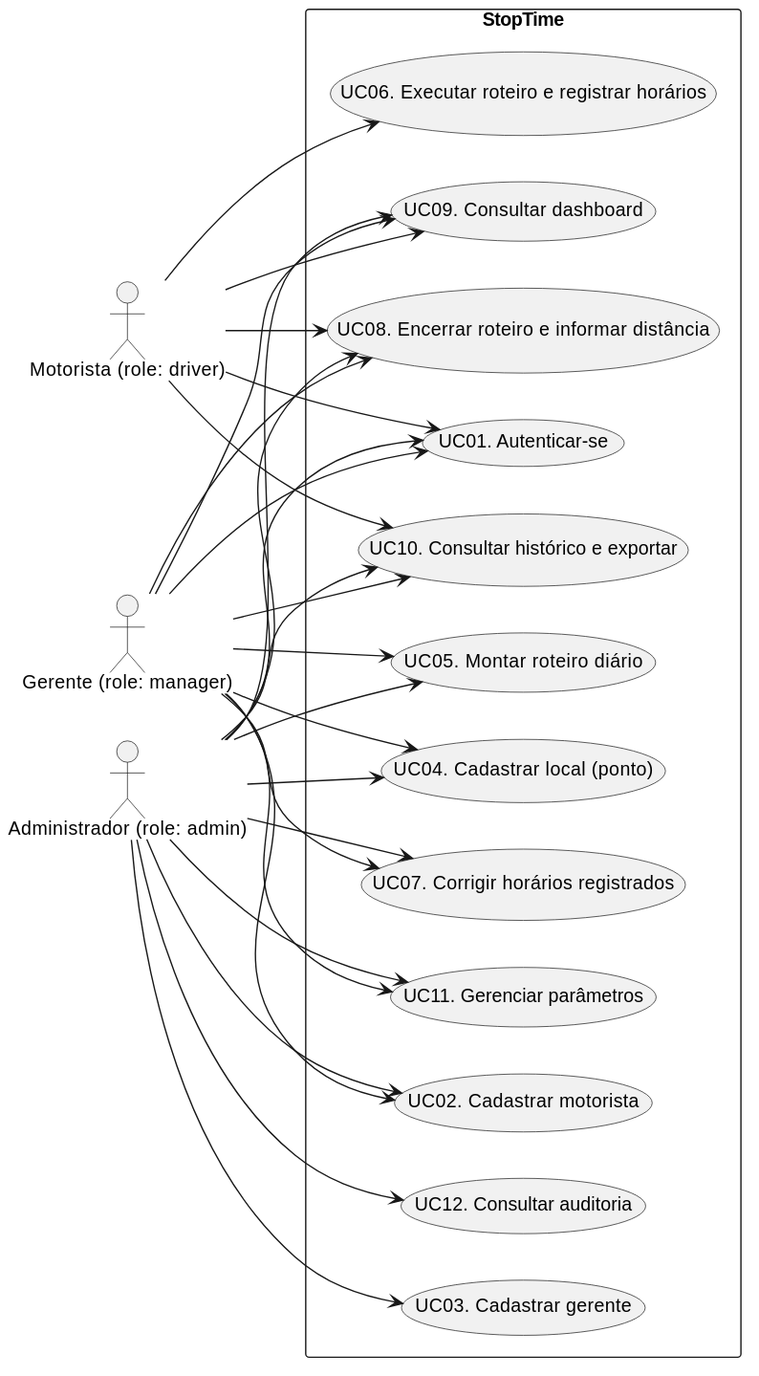
The PlantUML diagram docs/especificacao/diagrams/casos-de-uso.svg in xendak/terminus, before a commit. The source it was exported from:
```plantuml
@startuml
left to right direction
skinparam packageStyle rectangle
skinparam shadowing false

actor "Motorista (role: driver)" as Motorista
actor "Gerente (role: manager)" as Gerente
actor "Administrador (role: admin)" as Admin

rectangle "StopTime" {
  usecase "UC01. Autenticar-se" as UC01
  usecase "UC02. Cadastrar motorista" as UC02
  usecase "UC03. Cadastrar gerente" as UC03
  usecase "UC04. Cadastrar local (ponto)" as UC04
  usecase "UC05. Montar roteiro diário" as UC05
  usecase "UC06. Executar roteiro e registrar horários" as UC06
  usecase "UC07. Corrigir horários registrados" as UC07
  usecase "UC08. Encerrar roteiro e informar distância" as UC08
  usecase "UC09. Consultar dashboard" as UC09
  usecase "UC10. Consultar histórico e exportar" as UC10
  usecase "UC11. Gerenciar parâmetros" as UC11
  usecase "UC12. Consultar auditoria" as UC12
}

Motorista --> UC01
Motorista --> UC06
Motorista --> UC08
Motorista --> UC09
Motorista --> UC10

Gerente --> UC01
Gerente --> UC02
Gerente --> UC04
Gerente --> UC05
Gerente --> UC07
Gerente --> UC08
Gerente --> UC09
Gerente --> UC10
Gerente --> UC11

Admin --> UC01
Admin --> UC02
Admin --> UC03
Admin --> UC04
Admin --> UC05
Admin --> UC07
Admin --> UC08
Admin --> UC09
Admin --> UC10
Admin --> UC11
Admin --> UC12
@enduml
```
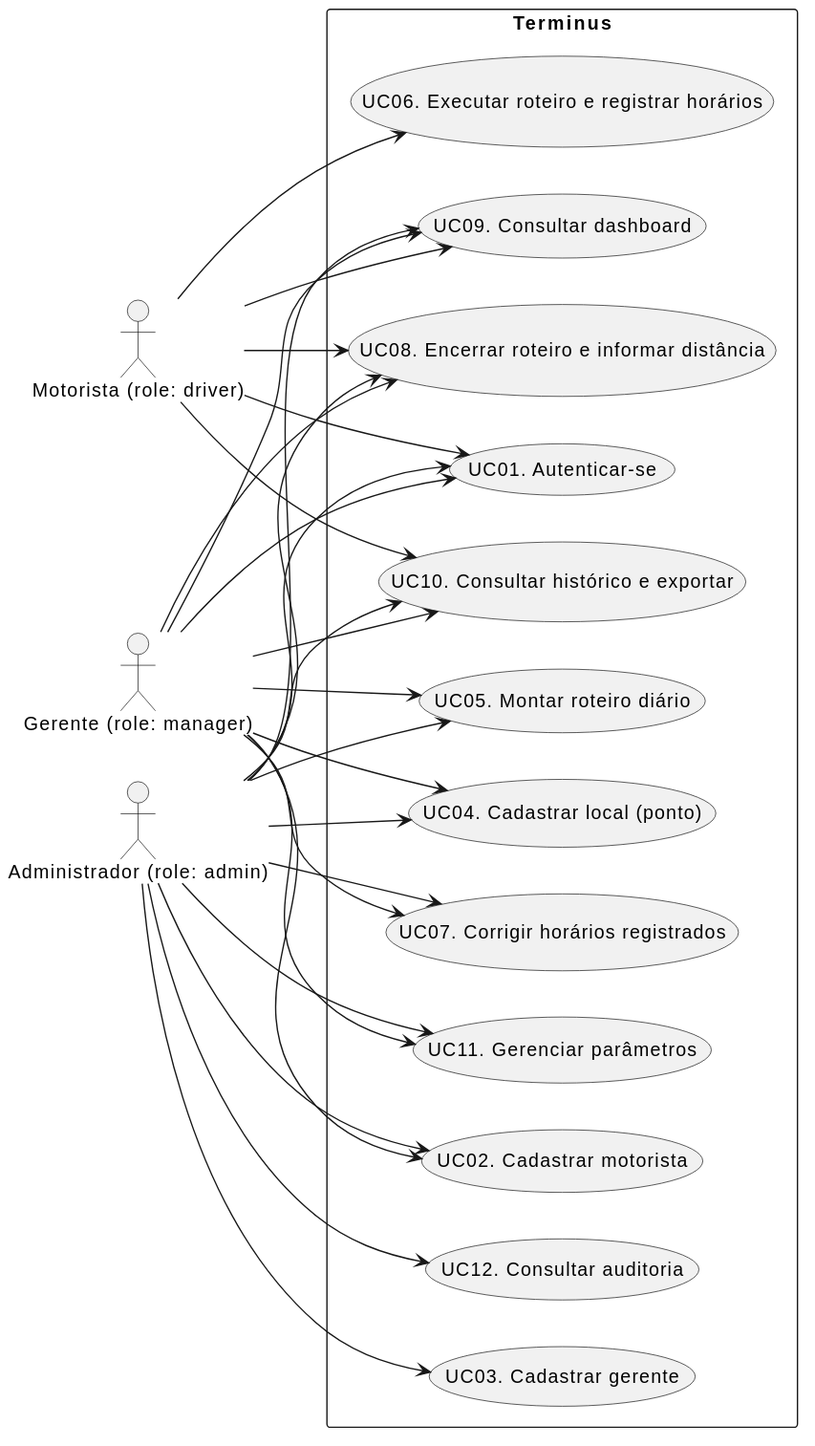
Above is the later version.

The edit, as a diff of the source:
```diff
@@ -7,7 +7,7 @@
 actor "Gerente (role: manager)" as Gerente
 actor "Administrador (role: admin)" as Admin
 
-rectangle "StopTime" {
+rectangle "Terminus" {
   usecase "UC01. Autenticar-se" as UC01
   usecase "UC02. Cadastrar motorista" as UC02
   usecase "UC03. Cadastrar gerente" as UC03
```
